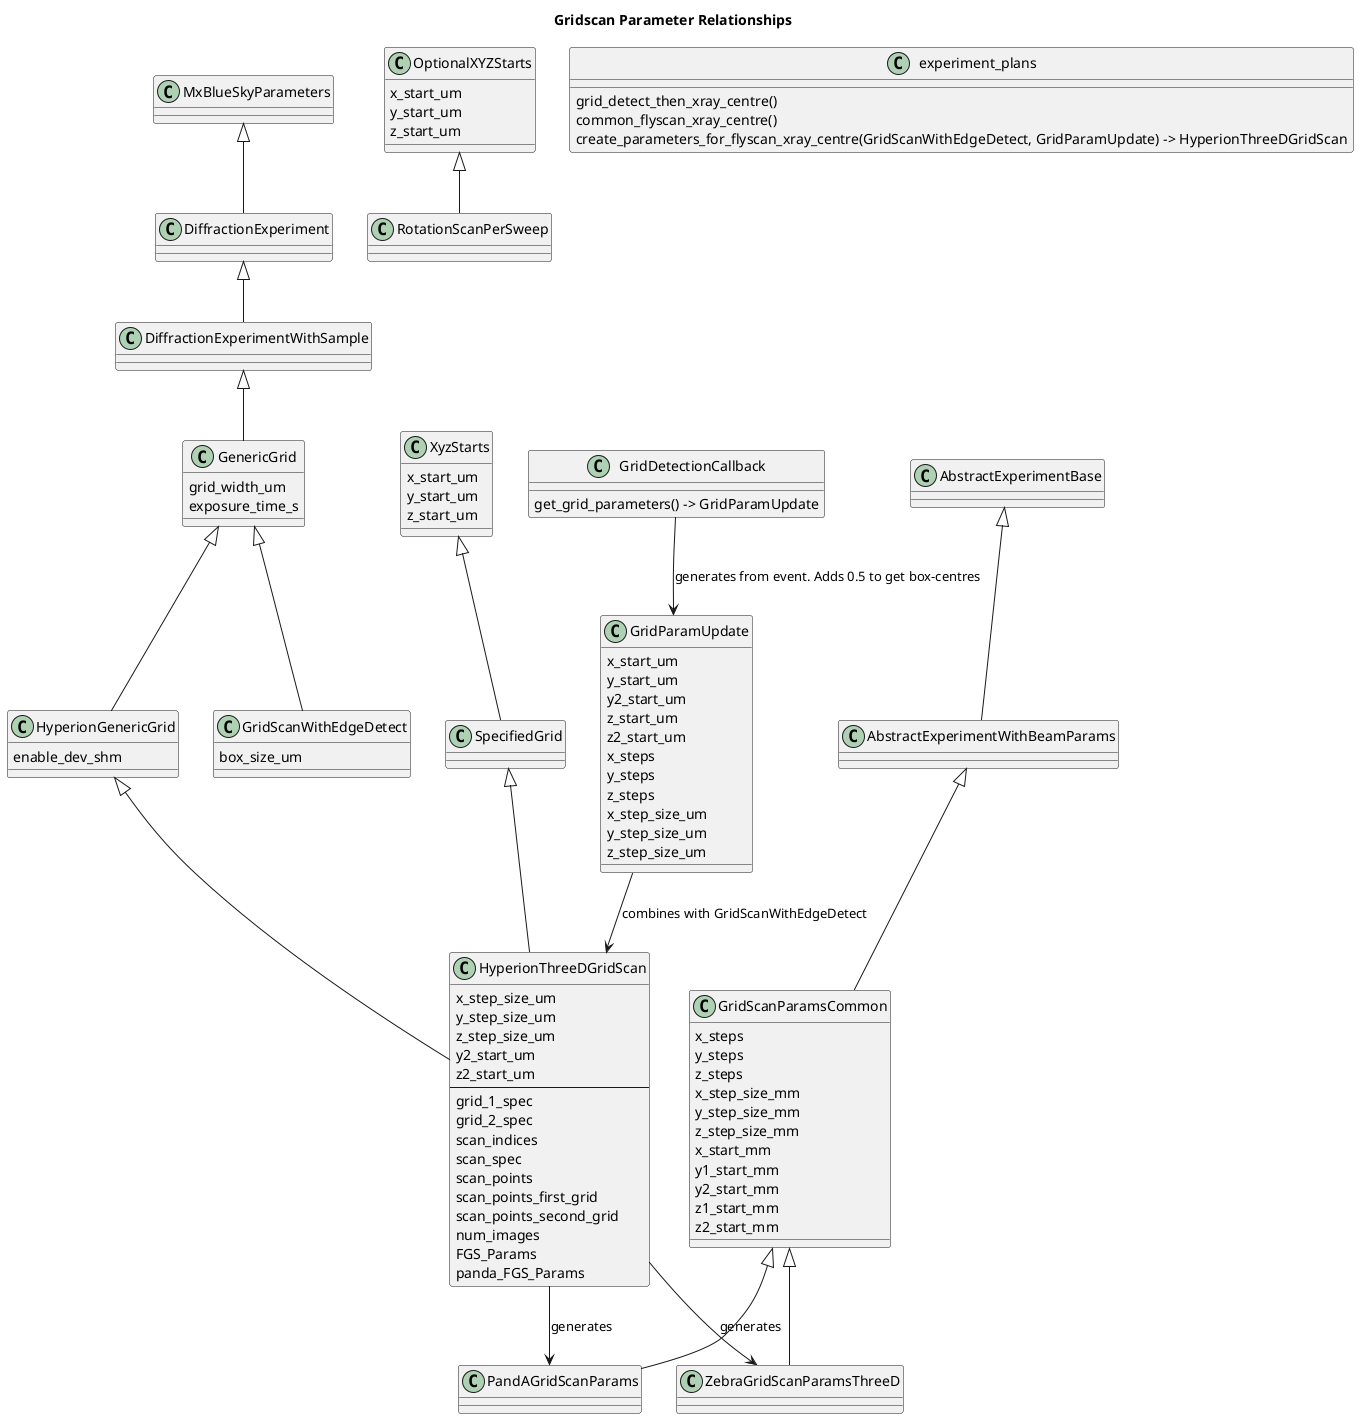
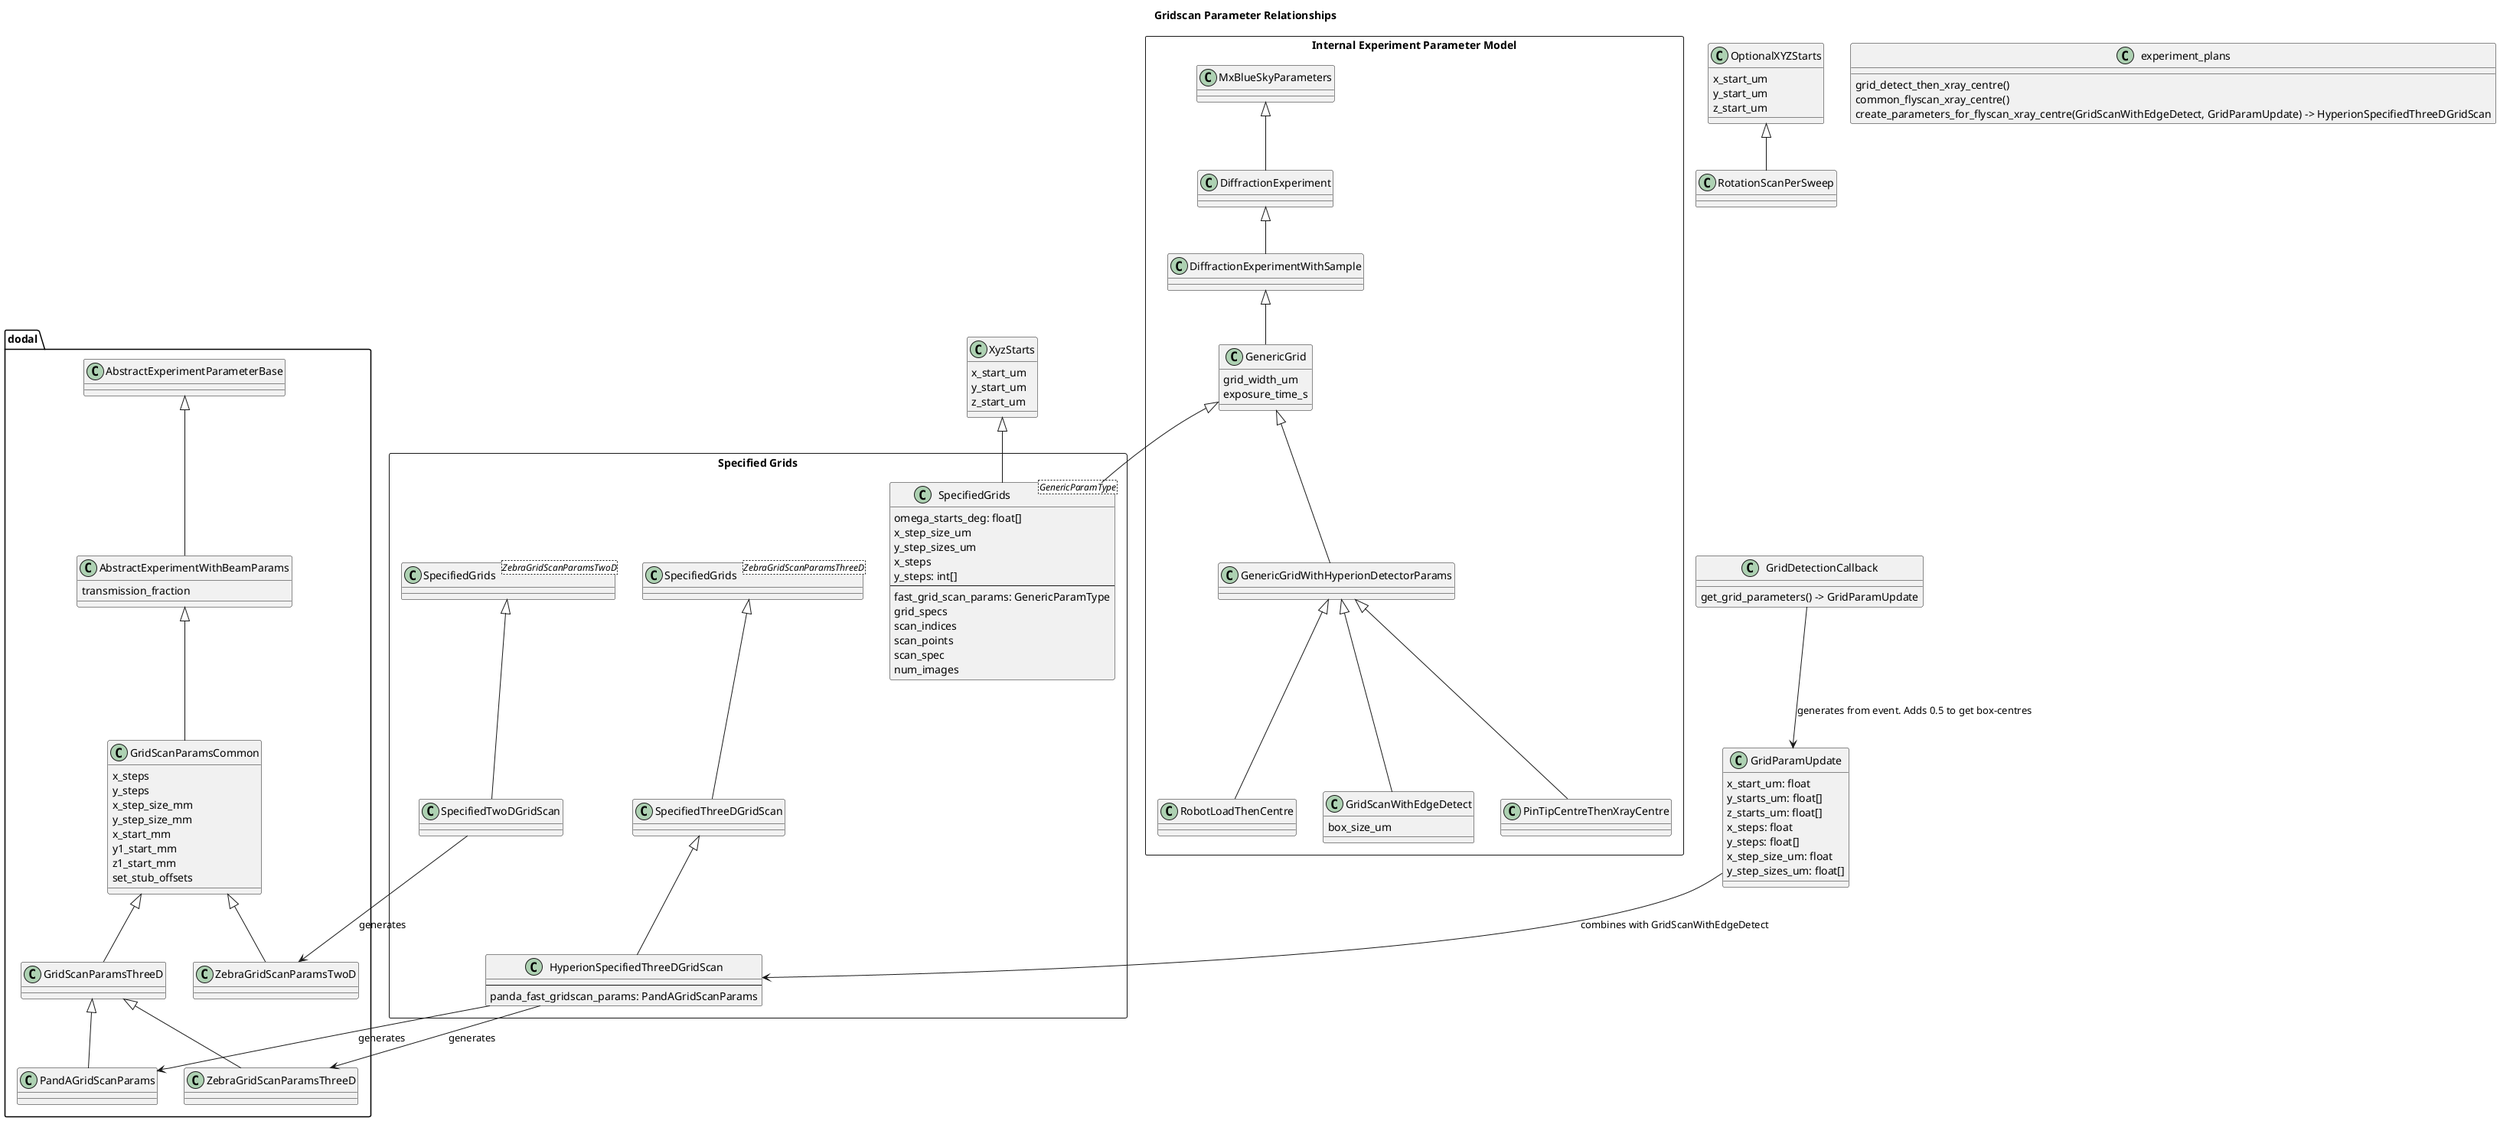
@startuml
title Gridscan Parameter Relationships

- class DiffractionExperiment
- class DiffractionExperimentWithSample
- class GenericGrid {
-     grid_width_um
-     exposure_time_s
+ package dodal {
+     class AbstractExperimentParameterBase
+     class AbstractExperimentWithBeamParams {
+         transmission_fraction
+     }
+     class GridScanParamsCommon {
+         x_steps
+         y_steps
+         x_step_size_mm
+         y_step_size_mm
+         x_start_mm
+         y1_start_mm
+         z1_start_mm
+         set_stub_offsets
+     }
+     class GridScanParamsThreeD
+     class PandAGridScanParams
+     class ZebraGridScanParamsThreeD
+     class ZebraGridScanParamsTwoD
}
- class GridScanWithEdgeDetect {
-     box_size_um
+ 
+ rectangle "Internal Experiment Parameter Model" {
+     class MxBlueSkyParameters
+     class DiffractionExperiment
+     class DiffractionExperimentWithSample
+     class GenericGrid {
+         grid_width_um
+         exposure_time_s
+     }
+     class GenericGridWithHyperionDetectorParams
+     class GridScanWithEdgeDetect {
+         box_size_um
+     }
+     class PinTipCentreThenXrayCentre
+     class RobotLoadThenCentre
}
- class HyperionGenericGrid {
-     enable_dev_shm
+ 
+ 
+ 
+ rectangle "Specified Grids" {
+     class SpecifiedGrids<GenericParamType> {
+         omega_starts_deg: float[]
+         x_step_size_um
+         y_step_sizes_um
+         x_steps
+         y_steps: int[]
+         --
+         fast_grid_scan_params: GenericParamType
+         grid_specs
+         scan_indices
+         scan_points
+         scan_spec
+         num_images
+     }
+     class "SpecifiedGrids<ZebraGridScanParamsThreeD>" as SpecifiedGridsZebraGridScanParamsThreeD
+     class "SpecifiedGrids<ZebraGridScanParamsTwoD>" as SpecifiedGridsZebraGridScanParamsTwoD
+     class SpecifiedTwoDGridScan
+     class SpecifiedThreeDGridScan
+     class HyperionSpecifiedThreeDGridScan {
+         --
+         panda_fast_gridscan_params: PandAGridScanParams
+     }
}
- class HyperionThreeDGridScan {
-     x_step_size_um
-     y_step_size_um
-     z_step_size_um
-     y2_start_um
-     z2_start_um
-     --
-     grid_1_spec
-     grid_2_spec
-     scan_indices
-     scan_spec
-     scan_points
-     scan_points_first_grid
-     scan_points_second_grid
-     num_images
-     FGS_Params
-     panda_FGS_Params
- }
- class MxBlueSkyParameters
- class SpecifiedGrid
+ 
class XyzStarts {
    x_start_um
    y_start_um
    z_start_um
}
class OptionalXYZStarts {
    x_start_um
    y_start_um
    z_start_um
}
- class RotationScanPerSweep

MxBlueSkyParameters <|-- DiffractionExperiment
DiffractionExperiment <|-- DiffractionExperimentWithSample
DiffractionExperimentWithSample <|-- GenericGrid
- GenericGrid <|-- GridScanWithEdgeDetect
- GenericGrid <|-- HyperionGenericGrid
- HyperionGenericGrid <|-- HyperionThreeDGridScan
- SpecifiedGrid <|-- HyperionThreeDGridScan
- XyzStarts <|-- SpecifiedGrid
+ GenericGrid <|-- GenericGridWithHyperionDetectorParams
+ GenericGridWithHyperionDetectorParams <|-- GridScanWithEdgeDetect
+ GenericGridWithHyperionDetectorParams <|-- PinTipCentreThenXrayCentre
+ GenericGridWithHyperionDetectorParams <|-- RobotLoadThenCentre
+ GenericGrid <|-- SpecifiedGrids
+ SpecifiedGridsZebraGridScanParamsTwoD <|-- SpecifiedTwoDGridScan
+ SpecifiedGridsZebraGridScanParamsThreeD <|-- SpecifiedThreeDGridScan
+ SpecifiedThreeDGridScan <|-- HyperionSpecifiedThreeDGridScan
+ XyzStarts <|-- SpecifiedGrids
OptionalXYZStarts <|-- RotationScanPerSweep
class GridParamUpdate {
-     x_start_um
-     y_start_um
-     y2_start_um
-     z_start_um
-     z2_start_um
-     x_steps
-     y_steps
-     z_steps
-     x_step_size_um
-     y_step_size_um
-     z_step_size_um
+     x_start_um: float
+     y_starts_um: float[]
+     z_starts_um: float[]
+     x_steps: float
+     y_steps: float[]
+     x_step_size_um: float
+     y_step_sizes_um: float[]
}

class GridDetectionCallback {
    get_grid_parameters() -> GridParamUpdate
}

GridDetectionCallback --> GridParamUpdate : generates from event. Adds 0.5 to get box-centres
- GridParamUpdate --> HyperionThreeDGridScan : combines with GridScanWithEdgeDetect
+ GridParamUpdate --> HyperionSpecifiedThreeDGridScan : combines with GridScanWithEdgeDetect

class experiment_plans {
    grid_detect_then_xray_centre()
    common_flyscan_xray_centre()
-     create_parameters_for_flyscan_xray_centre(GridScanWithEdgeDetect, GridParamUpdate) -> HyperionThreeDGridScan
+     create_parameters_for_flyscan_xray_centre(GridScanWithEdgeDetect, GridParamUpdate) -> HyperionSpecifiedThreeDGridScan
}

- class AbstractExperimentBase
- class AbstractExperimentWithBeamParams
- class GridScanParamsCommon {
-     x_steps
-     y_steps
-     z_steps
-     x_step_size_mm
-     y_step_size_mm
-     z_step_size_mm
-     x_start_mm
-     y1_start_mm
-     y2_start_mm
-     z1_start_mm
-     z2_start_mm
- }
- class PandAGridScanParams
- class ZebraGridScanParamsThreeD
+ AbstractExperimentParameterBase <|-- AbstractExperimentWithBeamParams
+ AbstractExperimentWithBeamParams <|-- GridScanParamsCommon
+ GridScanParamsCommon <|-- ZebraGridScanParamsTwoD
+ GridScanParamsCommon <|-- GridScanParamsThreeD
+ GridScanParamsThreeD <|-- PandAGridScanParams
+ GridScanParamsThreeD <|-- ZebraGridScanParamsThreeD

- AbstractExperimentBase <|-- AbstractExperimentWithBeamParams
- AbstractExperimentWithBeamParams <|-- GridScanParamsCommon
- GridScanParamsCommon <|-- PandAGridScanParams
- GridScanParamsCommon <|-- ZebraGridScanParamsThreeD
- 
- HyperionThreeDGridScan --> ZebraGridScanParamsThreeD : generates
- HyperionThreeDGridScan --> PandAGridScanParams : generates
+ HyperionSpecifiedThreeDGridScan --> ZebraGridScanParamsThreeD : generates
+ HyperionSpecifiedThreeDGridScan --> PandAGridScanParams : generates
+ SpecifiedTwoDGridScan --> ZebraGridScanParamsTwoD : generates
@enduml
